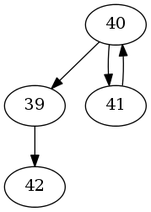
Before: project1/graph.png, a diagram exported from Graphviz (madsravn/datastructures). Its source is kept beside it as project1/graph.dot.
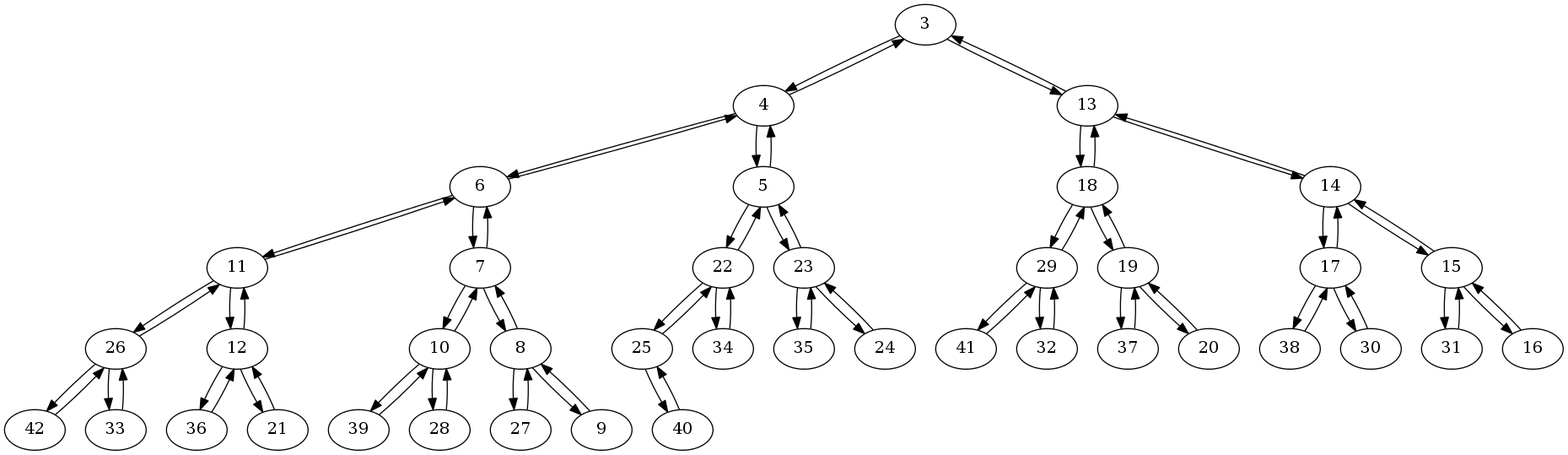
Later version of the same file.

Change to the diagram source:
```diff
@@ -1,8 +1,82 @@
 digraph G {
 
-40 -> 39
-39 -> 42
-40 -> 41
-41 -> 40
+3 -> 4
+4 -> 6
+6 -> 11
+11 -> 26
+26 -> 42
+42 -> 26
+26 -> 33
+33 -> 26
+26 -> 11
+11 -> 12
+12 -> 36
+36 -> 12
+12 -> 21
+21 -> 12
+12 -> 11
+11 -> 6
+6 -> 7
+7 -> 10
+10 -> 39
+39 -> 10
+10 -> 28
+28 -> 10
+10 -> 7
+7 -> 8
+8 -> 27
+27 -> 8
+8 -> 9
+9 -> 8
+8 -> 7
+7 -> 6
+6 -> 4
+4 -> 5
+5 -> 22
+22 -> 25
+25 -> 40
+40 -> 25
+25 -> 22
+22 -> 34
+34 -> 22
+22 -> 5
+5 -> 23
+23 -> 35
+35 -> 23
+23 -> 24
+24 -> 23
+23 -> 5
+5 -> 4
+4 -> 3
+3 -> 13
+13 -> 18
+18 -> 29
+29 -> 41
+41 -> 29
+29 -> 32
+32 -> 29
+29 -> 18
+18 -> 19
+19 -> 37
+37 -> 19
+19 -> 20
+20 -> 19
+19 -> 18
+18 -> 13
+13 -> 14
+14 -> 17
+17 -> 38
+38 -> 17
+17 -> 30
+30 -> 17
+17 -> 14
+14 -> 15
+15 -> 31
+31 -> 15
+15 -> 16
+16 -> 15
+15 -> 14
+14 -> 13
+13 -> 3
 
 }
```
